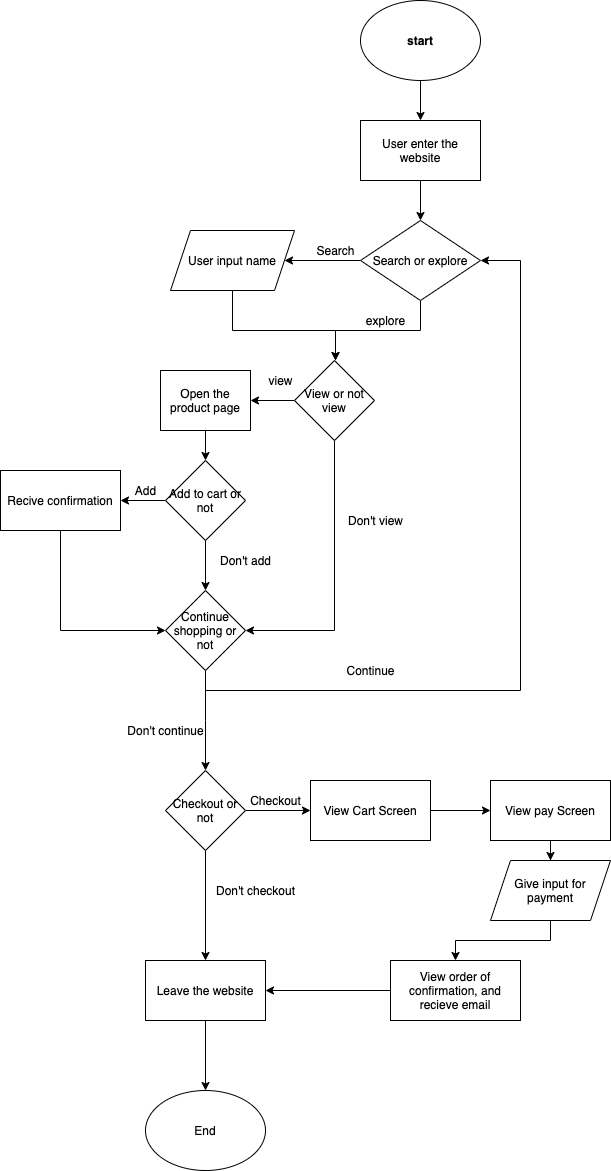
Earlier version of the draw.io export part2/part2.drawio.png (LeoZhichaoLiu/wi21-cse110-lab4-). Source tidied: cells renumbered, new cells last; positions are measured from the earlier drawing's top-left corner, leaving out a move shared by most shapes. Its diagram source:
```xml
<mxGraphModel>
  <root>
    <mxCell id="0" />
    <mxCell id="1" parent="0" />
    <mxCell id="2" style="edgeStyle=orthogonalEdgeStyle;rounded=0;jettySize=auto;html=1;" parent="1" edge="1" source="3" target="5">
      <mxGeometry relative="1" as="geometry" />
    </mxCell>
    <mxCell id="3" value="&lt;b&gt;start&lt;/b&gt;" style="ellipse;whiteSpace=wrap;html=1;" parent="1" vertex="1">
      <mxGeometry x="360" width="120" height="80" as="geometry" />
    </mxCell>
    <mxCell id="4" style="edgeStyle=orthogonalEdgeStyle;rounded=0;jettySize=auto;html=1;" parent="1" edge="1" source="5" target="10">
      <mxGeometry relative="1" as="geometry" />
    </mxCell>
    <mxCell id="5" value="User enter the website" style="whiteSpace=wrap;html=1;" parent="1" vertex="1">
      <mxGeometry x="360" y="120" width="120" height="60" as="geometry" />
    </mxCell>
    <mxCell id="6" style="edgeStyle=orthogonalEdgeStyle;rounded=0;jettySize=auto;html=1;" parent="1" edge="1" source="7">
      <mxGeometry relative="1" as="geometry">
        <mxPoint x="335" y="360" as="targetPoint" />
        <Array as="points">
          <mxPoint x="232" y="330" />
          <mxPoint x="335" y="330" />
        </Array>
      </mxGeometry>
    </mxCell>
    <mxCell id="7" value="User input name" style="shape=parallelogram;perimeter=parallelogramPerimeter;whiteSpace=wrap;html=1;fixedSize=1;" parent="1" vertex="1">
      <mxGeometry x="170" y="230" width="124" height="60" as="geometry" />
    </mxCell>
    <mxCell id="8" style="edgeStyle=orthogonalEdgeStyle;rounded=0;jettySize=auto;html=1;" parent="1" edge="1" source="10" target="7">
      <mxGeometry relative="1" as="geometry" />
    </mxCell>
    <mxCell id="9" style="edgeStyle=orthogonalEdgeStyle;rounded=0;jettySize=auto;html=1;" parent="1" edge="1" source="10">
      <mxGeometry relative="1" as="geometry">
        <mxPoint x="335" y="360" as="targetPoint" />
        <Array as="points">
          <mxPoint x="420" y="330" />
          <mxPoint x="335" y="330" />
        </Array>
      </mxGeometry>
    </mxCell>
    <mxCell id="10" value="Search or explore" style="rhombus;whiteSpace=wrap;html=1;" parent="1" vertex="1">
      <mxGeometry x="360" y="220" width="120" height="80" as="geometry" />
    </mxCell>
    <mxCell id="11" value="Search" style="text;html=1;align=center;verticalAlign=middle;" parent="1" vertex="1">
      <mxGeometry x="310" y="240" width="50" height="20" as="geometry" />
    </mxCell>
    <mxCell id="12" value="explore" style="text;html=1;align=center;verticalAlign=middle;" parent="1" vertex="1">
      <mxGeometry x="360" y="310" width="50" height="20" as="geometry" />
    </mxCell>
    <mxCell id="13" style="edgeStyle=orthogonalEdgeStyle;rounded=0;jettySize=auto;html=1;" parent="1" edge="1" source="15" target="17">
      <mxGeometry relative="1" as="geometry" />
    </mxCell>
    <mxCell id="14" style="edgeStyle=orthogonalEdgeStyle;rounded=0;jettySize=auto;html=1;entryX=1;entryY=0.5;entryDx=0;entryDy=0;" parent="1" edge="1" source="15" target="27">
      <mxGeometry relative="1" as="geometry">
        <Array as="points">
          <mxPoint x="334" y="630" />
        </Array>
      </mxGeometry>
    </mxCell>
    <mxCell id="15" value="View or not view" style="rhombus;whiteSpace=wrap;html=1;" parent="1" vertex="1">
      <mxGeometry x="294" y="360" width="80" height="80" as="geometry" />
    </mxCell>
    <mxCell id="16" style="edgeStyle=orthogonalEdgeStyle;rounded=0;jettySize=auto;html=1;" parent="1" edge="1" source="17" target="21">
      <mxGeometry relative="1" as="geometry" />
    </mxCell>
    <mxCell id="17" value="Open the product page" style="whiteSpace=wrap;html=1;" parent="1" vertex="1">
      <mxGeometry x="160" y="370" width="90" height="60" as="geometry" />
    </mxCell>
    <mxCell id="18" value="view" style="text;html=1;align=center;verticalAlign=middle;" parent="1" vertex="1">
      <mxGeometry x="260" y="370" width="40" height="20" as="geometry" />
    </mxCell>
    <mxCell id="19" style="edgeStyle=orthogonalEdgeStyle;rounded=0;jettySize=auto;html=1;" parent="1" edge="1" source="21" target="23">
      <mxGeometry relative="1" as="geometry" />
    </mxCell>
    <mxCell id="20" style="edgeStyle=orthogonalEdgeStyle;rounded=0;jettySize=auto;html=1;" parent="1" edge="1" source="21" target="27">
      <mxGeometry relative="1" as="geometry" />
    </mxCell>
    <mxCell id="21" value="Add to cart or not" style="rhombus;whiteSpace=wrap;html=1;" parent="1" vertex="1">
      <mxGeometry x="165" y="460" width="80" height="80" as="geometry" />
    </mxCell>
    <mxCell id="22" style="edgeStyle=orthogonalEdgeStyle;rounded=0;jettySize=auto;html=1;entryX=0;entryY=0.5;entryDx=0;entryDy=0;" parent="1" edge="1" source="23" target="27">
      <mxGeometry relative="1" as="geometry">
        <Array as="points">
          <mxPoint x="60" y="630" />
        </Array>
      </mxGeometry>
    </mxCell>
    <mxCell id="23" value="Recive confirmation" style="whiteSpace=wrap;html=1;" parent="1" vertex="1">
      <mxGeometry y="470" width="120" height="60" as="geometry" />
    </mxCell>
    <mxCell id="24" value="Add" style="text;html=1;align=center;verticalAlign=middle;" parent="1" vertex="1">
      <mxGeometry x="125" y="480" width="40" height="20" as="geometry" />
    </mxCell>
    <mxCell id="25" style="edgeStyle=orthogonalEdgeStyle;rounded=0;jettySize=auto;html=1;exitX=0.5;exitY=1;exitDx=0;exitDy=0;entryX=1;entryY=0.5;entryDx=0;entryDy=0;" parent="1" edge="1" source="27" target="10">
      <mxGeometry relative="1" as="geometry">
        <Array as="points">
          <mxPoint x="205" y="690" />
          <mxPoint x="520" y="690" />
          <mxPoint x="520" y="260" />
        </Array>
      </mxGeometry>
    </mxCell>
    <mxCell id="26" style="edgeStyle=orthogonalEdgeStyle;rounded=0;jettySize=auto;html=1;" parent="1" edge="1" source="27">
      <mxGeometry relative="1" as="geometry">
        <mxPoint x="205" y="770" as="targetPoint" />
        <Array as="points">
          <mxPoint x="205" y="720" />
        </Array>
      </mxGeometry>
    </mxCell>
    <mxCell id="27" value="Continue shopping or not" style="rhombus;whiteSpace=wrap;html=1;" parent="1" vertex="1">
      <mxGeometry x="165" y="590" width="80" height="80" as="geometry" />
    </mxCell>
    <mxCell id="28" value="Don't add" style="text;html=1;align=center;verticalAlign=middle;" parent="1" vertex="1">
      <mxGeometry x="210" y="550" width="70" height="20" as="geometry" />
    </mxCell>
    <mxCell id="29" value="Don't view" style="text;html=1;align=center;verticalAlign=middle;" parent="1" vertex="1">
      <mxGeometry x="340" y="510" width="70" height="20" as="geometry" />
    </mxCell>
    <mxCell id="30" value="Continue" style="text;html=1;align=center;verticalAlign=middle;" parent="1" vertex="1">
      <mxGeometry x="340" y="660" width="60" height="20" as="geometry" />
    </mxCell>
    <mxCell id="31" value="Don't continue" style="text;html=1;align=center;verticalAlign=middle;" parent="1" vertex="1">
      <mxGeometry x="120" y="720" width="90" height="20" as="geometry" />
    </mxCell>
    <mxCell id="32" style="edgeStyle=orthogonalEdgeStyle;rounded=0;jettySize=auto;html=1;" parent="1" edge="1" source="34" target="36">
      <mxGeometry relative="1" as="geometry" />
    </mxCell>
    <mxCell id="33" style="edgeStyle=orthogonalEdgeStyle;rounded=0;jettySize=auto;html=1;" parent="1" edge="1" source="34" target="40">
      <mxGeometry relative="1" as="geometry" />
    </mxCell>
    <mxCell id="34" value="Checkout or not" style="rhombus;whiteSpace=wrap;html=1;" parent="1" vertex="1">
      <mxGeometry x="165" y="770" width="80" height="80" as="geometry" />
    </mxCell>
    <mxCell id="35" style="edgeStyle=orthogonalEdgeStyle;rounded=0;jettySize=auto;html=1;" parent="1" edge="1" source="36" target="38">
      <mxGeometry relative="1" as="geometry" />
    </mxCell>
    <mxCell id="36" value="Leave the website" style="whiteSpace=wrap;html=1;" parent="1" vertex="1">
      <mxGeometry x="145" y="960" width="120" height="60" as="geometry" />
    </mxCell>
    <mxCell id="37" value="Don't checkout" style="text;html=1;align=center;verticalAlign=middle;" parent="1" vertex="1">
      <mxGeometry x="210" y="880" width="90" height="20" as="geometry" />
    </mxCell>
    <mxCell id="38" value="End" style="ellipse;whiteSpace=wrap;html=1;" parent="1" vertex="1">
      <mxGeometry x="145" y="1090" width="120" height="80" as="geometry" />
    </mxCell>
    <mxCell id="39" style="edgeStyle=orthogonalEdgeStyle;rounded=0;jettySize=auto;html=1;" parent="1" edge="1" source="40" target="43">
      <mxGeometry relative="1" as="geometry" />
    </mxCell>
    <mxCell id="40" value="View Cart Screen" style="whiteSpace=wrap;html=1;" parent="1" vertex="1">
      <mxGeometry x="310" y="780" width="120" height="60" as="geometry" />
    </mxCell>
    <mxCell id="41" value="Checkout" style="text;html=1;align=center;verticalAlign=middle;" parent="1" vertex="1">
      <mxGeometry x="240" y="790" width="70" height="20" as="geometry" />
    </mxCell>
    <mxCell id="42" style="edgeStyle=orthogonalEdgeStyle;rounded=0;jettySize=auto;html=1;" parent="1" edge="1" source="43" target="45">
      <mxGeometry relative="1" as="geometry" />
    </mxCell>
    <mxCell id="43" value="View pay Screen" style="whiteSpace=wrap;html=1;" parent="1" vertex="1">
      <mxGeometry x="490" y="780" width="120" height="60" as="geometry" />
    </mxCell>
    <mxCell id="44" style="edgeStyle=orthogonalEdgeStyle;rounded=0;jettySize=auto;html=1;" parent="1" edge="1" source="45" target="47">
      <mxGeometry relative="1" as="geometry" />
    </mxCell>
    <mxCell id="45" value="Give input for payment" style="shape=parallelogram;perimeter=parallelogramPerimeter;whiteSpace=wrap;html=1;fixedSize=1;" parent="1" vertex="1">
      <mxGeometry x="490" y="860" width="120" height="60" as="geometry" />
    </mxCell>
    <mxCell id="46" style="edgeStyle=orthogonalEdgeStyle;rounded=0;jettySize=auto;html=1;entryX=1;entryY=0.5;entryDx=0;entryDy=0;" parent="1" edge="1" source="47" target="36">
      <mxGeometry relative="1" as="geometry" />
    </mxCell>
    <mxCell id="47" value="View order of confirmation, and recieve email" style="whiteSpace=wrap;html=1;" parent="1" vertex="1">
      <mxGeometry x="390" y="960" width="130" height="60" as="geometry" />
    </mxCell>
  </root>
</mxGraphModel>
```
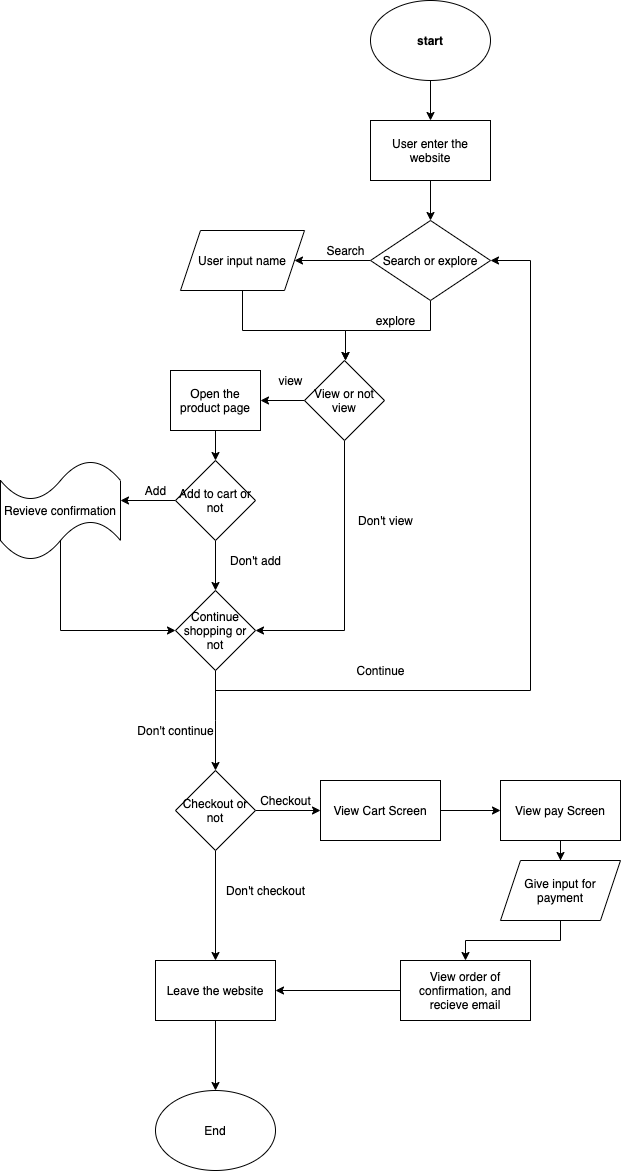
The same file after the commit.

The edit, as a diff of the source:
```diff
@@ -69,8 +69,10 @@
     <mxCell id="18" value="view" style="text;html=1;align=center;verticalAlign=middle;" parent="1" vertex="1">
       <mxGeometry x="260" y="370" width="40" height="20" as="geometry" />
     </mxCell>
-    <mxCell id="19" style="edgeStyle=orthogonalEdgeStyle;rounded=0;jettySize=auto;html=1;" parent="1" edge="1" source="21" target="23">
-      <mxGeometry relative="1" as="geometry" />
+    <mxCell id="19" style="edgeStyle=orthogonalEdgeStyle;rounded=0;jettySize=auto;html=1;" parent="1" edge="1" source="21">
+      <mxGeometry relative="1" as="geometry">
+        <mxPoint x="110" y="500" as="targetPoint" />
+      </mxGeometry>
     </mxCell>
     <mxCell id="20" style="edgeStyle=orthogonalEdgeStyle;rounded=0;jettySize=auto;html=1;" parent="1" edge="1" source="21" target="27">
       <mxGeometry relative="1" as="geometry" />
@@ -78,16 +80,15 @@
     <mxCell id="21" value="Add to cart or not" style="rhombus;whiteSpace=wrap;html=1;" parent="1" vertex="1">
       <mxGeometry x="165" y="460" width="80" height="80" as="geometry" />
     </mxCell>
-    <mxCell id="22" style="edgeStyle=orthogonalEdgeStyle;rounded=0;jettySize=auto;html=1;entryX=0;entryY=0.5;entryDx=0;entryDy=0;" parent="1" edge="1" source="23" target="27">
+    <mxCell id="22" style="edgeStyle=orthogonalEdgeStyle;rounded=0;jettySize=auto;html=1;entryX=0;entryY=0.5;entryDx=0;entryDy=0;" parent="1" edge="1" target="27">
       <mxGeometry relative="1" as="geometry">
+        <mxPoint x="50" y="550" as="sourcePoint" />
         <Array as="points">
-          <mxPoint x="60" y="630" />
+          <mxPoint x="50" y="540" />
+          <mxPoint x="50" y="630" />
         </Array>
       </mxGeometry>
     </mxCell>
-    <mxCell id="23" value="Recive confirmation" style="whiteSpace=wrap;html=1;" parent="1" vertex="1">
-      <mxGeometry y="470" width="120" height="60" as="geometry" />
-    </mxCell>
     <mxCell id="24" value="Add" style="text;html=1;align=center;verticalAlign=middle;" parent="1" vertex="1">
       <mxGeometry x="125" y="480" width="40" height="20" as="geometry" />
     </mxCell>
@@ -171,5 +172,8 @@
     <mxCell id="47" value="View order of confirmation, and recieve email" style="whiteSpace=wrap;html=1;" parent="1" vertex="1">
       <mxGeometry x="390" y="960" width="130" height="60" as="geometry" />
     </mxCell>
+    <mxCell id="48" value="Revieve confirmation" style="shape=tape;whiteSpace=wrap;html=1;" parent="1" vertex="1">
+      <mxGeometry x="-10" y="460" width="120" height="100" as="geometry" />
+    </mxCell>
   </root>
 </mxGraphModel>
```
